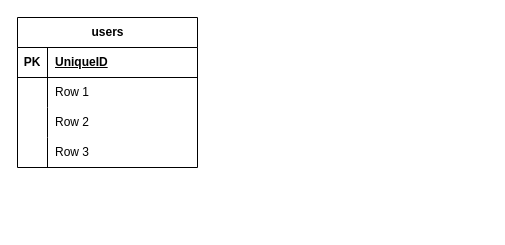
Above: Web_Project_ER図.drawio in shirohacha/Web_Project (draw.io), before the change. Source tidied: cells renumbered, new cells numbered last; positions are measured from the earlier drawing's top-left corner, leaving out a move shared by most shapes. Both pictures are drawn from the tidied source at 100%, with x=0, y=0 at pixel (17, 17).
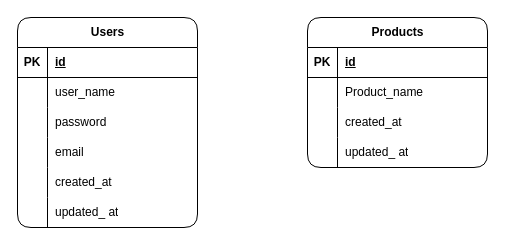
After the change.

Commit message:
Web_Project_ER図.drawio を更新します

Unchanged cells that the change refers to:
```xml
<mxCell id="3" style="shape=tableRow;horizontal=0;startSize=0;swimlaneHead=0;swimlaneBody=0;fillColor=none;top=0;left=0;right=0;bottom=1;" parent="2" vertex="1">
  <mxGeometry y="30" width="180" height="30" as="geometry" />
</mxCell>
<mxCell id="6" style="shape=tableRow;horizontal=0;startSize=0;swimlaneHead=0;swimlaneBody=0;fillColor=none;top=0;left=0;right=0;bottom=0;" parent="2" vertex="1">
  <mxGeometry y="60" width="180" height="30" as="geometry" />
</mxCell>
<mxCell id="9" style="shape=tableRow;horizontal=0;startSize=0;swimlaneHead=0;swimlaneBody=0;fillColor=none;top=0;left=0;right=0;bottom=0;" parent="2" vertex="1">
  <mxGeometry y="90" width="180" height="30" as="geometry" />
</mxCell>
<mxCell id="12" style="shape=tableRow;horizontal=0;startSize=0;swimlaneHead=0;swimlaneBody=0;fillColor=none;top=0;left=0;right=0;bottom=0;" parent="2" vertex="1">
  <mxGeometry y="120" width="180" height="30" as="geometry" />
</mxCell>
```

Change to the diagram source:
```diff
@@
-    <mxCell id="2" value="users" style="shape=table;startSize=30;childLayout=tableLayout;rowLines=0;fontStyle=1;align=center;html=1;" parent="1" vertex="1">
-      <mxGeometry width="180" height="150" as="geometry" />
+    <mxCell id="2" value="Users" style="shape=table;startSize=30;childLayout=tableLayout;rowLines=0;fontStyle=1;align=center;html=1;rounded=1;shadow=0;gradientColor=none;swimlaneFillColor=default;fontSize=12;" parent="1" vertex="1">
+      <mxGeometry width="180" height="210" as="geometry" />
     </mxCell>
@@
-    <mxCell id="5" value="UniqueID" style="shape=partialRectangle;fillColor=none;top=0;left=0;bottom=0;right=0;align=left;spacingLeft=6;fontStyle=5;overflow=hidden;whiteSpace=wrap;html=1;" parent="3" vertex="1">
+    <mxCell id="5" value="id" style="shape=partialRectangle;fillColor=none;top=0;left=0;bottom=0;right=0;align=left;spacingLeft=6;fontStyle=5;overflow=hidden;whiteSpace=wrap;html=1;" parent="3" vertex="1">
       <mxGeometry x="30" width="150" height="30" as="geometry" />
     </mxCell>
@@
-    <mxCell id="8" value="Row 1" style="shape=partialRectangle;fillColor=none;top=0;left=0;bottom=0;right=0;align=left;spacingLeft=6;overflow=hidden;whiteSpace=wrap;html=1;" parent="6" vertex="1">
+    <mxCell id="8" value="user_name" style="shape=partialRectangle;fillColor=none;top=0;left=0;bottom=0;right=0;align=left;spacingLeft=6;overflow=hidden;whiteSpace=wrap;html=1;" parent="6" vertex="1">
       <mxGeometry x="30" width="150" height="30" as="geometry" />
     </mxCell>
@@
-    <mxCell id="11" value="Row 2" style="shape=partialRectangle;fillColor=none;top=0;left=0;bottom=0;right=0;align=left;spacingLeft=6;overflow=hidden;whiteSpace=wrap;html=1;" parent="9" vertex="1">
+    <mxCell id="11" value="password" style="shape=partialRectangle;fillColor=none;top=0;left=0;bottom=0;right=0;align=left;spacingLeft=6;overflow=hidden;whiteSpace=wrap;html=1;" parent="9" vertex="1">
       <mxGeometry x="30" width="150" height="30" as="geometry" />
     </mxCell>
@@
-    <mxCell id="14" value="Row 3" style="shape=partialRectangle;fillColor=none;top=0;left=0;bottom=0;right=0;align=left;spacingLeft=6;overflow=hidden;whiteSpace=wrap;html=1;" parent="12" vertex="1">
+    <mxCell id="14" value="email" style="shape=partialRectangle;fillColor=none;top=0;left=0;bottom=0;right=0;align=left;spacingLeft=6;overflow=hidden;whiteSpace=wrap;html=1;" parent="12" vertex="1">
       <mxGeometry x="30" width="150" height="30" as="geometry" />
     </mxCell>
+    <mxCell id="15" style="shape=tableRow;horizontal=0;startSize=0;swimlaneHead=0;swimlaneBody=0;fillColor=none;top=0;left=0;right=0;bottom=0;" parent="2" vertex="1">
+      <mxGeometry y="150" width="180" height="30" as="geometry" />
+    </mxCell>
+    <mxCell id="16" style="shape=partialRectangle;fillColor=none;top=0;left=0;bottom=0;right=0;overflow=hidden;whiteSpace=wrap;html=1;" parent="15" vertex="1">
+      <mxGeometry width="30" height="30" as="geometry" />
+    </mxCell>
+    <mxCell id="17" value="created_at" style="shape=partialRectangle;fillColor=none;top=0;left=0;bottom=0;right=0;align=left;spacingLeft=6;overflow=hidden;whiteSpace=wrap;html=1;" parent="15" vertex="1">
+      <mxGeometry x="30" width="150" height="30" as="geometry" />
+    </mxCell>
+    <mxCell id="18" style="shape=tableRow;horizontal=0;startSize=0;swimlaneHead=0;swimlaneBody=0;fillColor=none;top=0;left=0;right=0;bottom=0;" parent="2" vertex="1">
+      <mxGeometry y="180" width="180" height="30" as="geometry" />
+    </mxCell>
+    <mxCell id="19" style="shape=partialRectangle;fillColor=none;top=0;left=0;bottom=0;right=0;overflow=hidden;whiteSpace=wrap;html=1;" parent="18" vertex="1">
+      <mxGeometry width="30" height="30" as="geometry" />
+    </mxCell>
+    <mxCell id="20" value="updated_ at" style="shape=partialRectangle;fillColor=none;top=0;left=0;bottom=0;right=0;align=left;spacingLeft=6;overflow=hidden;whiteSpace=wrap;html=1;" parent="18" vertex="1">
+      <mxGeometry x="30" width="150" height="30" as="geometry" />
+    </mxCell>
+    <mxCell id="21" value="Products" style="shape=table;startSize=30;childLayout=tableLayout;rowLines=0;fontStyle=1;align=center;html=1;rounded=1;swimlaneFillColor=default;" parent="1" vertex="1">
+      <mxGeometry x="290" width="180" height="150" as="geometry" />
+    </mxCell>
+    <mxCell id="22" style="shape=tableRow;horizontal=0;startSize=0;swimlaneHead=0;swimlaneBody=0;fillColor=none;top=0;left=0;right=0;bottom=1;" parent="21" vertex="1">
+      <mxGeometry y="30" width="180" height="30" as="geometry" />
+    </mxCell>
+    <mxCell id="23" value="PK" style="shape=partialRectangle;fillColor=none;top=0;left=0;bottom=0;right=0;fontStyle=1;overflow=hidden;whiteSpace=wrap;html=1;" parent="22" vertex="1">
+      <mxGeometry width="30" height="30" as="geometry" />
+    </mxCell>
+    <mxCell id="24" value="id" style="shape=partialRectangle;fillColor=none;top=0;left=0;bottom=0;right=0;align=left;spacingLeft=6;fontStyle=5;overflow=hidden;whiteSpace=wrap;html=1;" parent="22" vertex="1">
+      <mxGeometry x="30" width="150" height="30" as="geometry" />
+    </mxCell>
+    <mxCell id="25" style="shape=tableRow;horizontal=0;startSize=0;swimlaneHead=0;swimlaneBody=0;fillColor=none;top=0;left=0;right=0;bottom=0;" parent="21" vertex="1">
+      <mxGeometry y="60" width="180" height="30" as="geometry" />
+    </mxCell>
+    <mxCell id="26" style="shape=partialRectangle;fillColor=none;top=0;left=0;bottom=0;right=0;overflow=hidden;whiteSpace=wrap;html=1;" parent="25" vertex="1">
+      <mxGeometry width="30" height="30" as="geometry" />
+    </mxCell>
+    <mxCell id="27" value="Product_name" style="shape=partialRectangle;fillColor=none;top=0;left=0;bottom=0;right=0;align=left;spacingLeft=6;overflow=hidden;whiteSpace=wrap;html=1;" parent="25" vertex="1">
+      <mxGeometry x="30" width="150" height="30" as="geometry" />
+    </mxCell>
+    <mxCell id="28" style="shape=tableRow;horizontal=0;startSize=0;swimlaneHead=0;swimlaneBody=0;fillColor=none;top=0;left=0;right=0;bottom=0;" parent="21" vertex="1">
+      <mxGeometry y="90" width="180" height="30" as="geometry" />
+    </mxCell>
+    <mxCell id="29" style="shape=partialRectangle;fillColor=none;top=0;left=0;bottom=0;right=0;overflow=hidden;whiteSpace=wrap;html=1;" parent="28" vertex="1">
+      <mxGeometry width="30" height="30" as="geometry" />
+    </mxCell>
+    <mxCell id="30" value="created_at" style="shape=partialRectangle;fillColor=none;top=0;left=0;bottom=0;right=0;align=left;spacingLeft=6;overflow=hidden;whiteSpace=wrap;html=1;" parent="28" vertex="1">
+      <mxGeometry x="30" width="150" height="30" as="geometry" />
+    </mxCell>
+    <mxCell id="31" style="shape=tableRow;horizontal=0;startSize=0;swimlaneHead=0;swimlaneBody=0;fillColor=none;top=0;left=0;right=0;bottom=0;" parent="21" vertex="1">
+      <mxGeometry y="120" width="180" height="30" as="geometry" />
+    </mxCell>
+    <mxCell id="32" style="shape=partialRectangle;fillColor=none;top=0;left=0;bottom=0;right=0;overflow=hidden;whiteSpace=wrap;html=1;" parent="31" vertex="1">
+      <mxGeometry width="30" height="30" as="geometry" />
+    </mxCell>
+    <mxCell id="33" value="updated_ at" style="shape=partialRectangle;fillColor=none;top=0;left=0;bottom=0;right=0;align=left;spacingLeft=6;overflow=hidden;whiteSpace=wrap;html=1;" parent="31" vertex="1">
+      <mxGeometry x="30" width="150" height="30" as="geometry" />
+    </mxCell>
```
